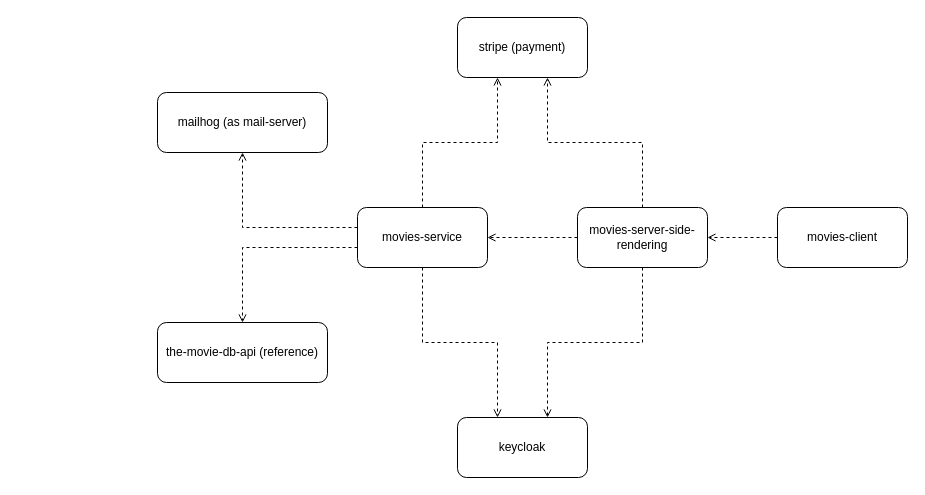
loidinhm31/go-movies-reactjs keeps this draw.io diagram as draw/architecture.drawio. Above is the earlier version. Source tidied: cells renumbered, new cells numbered last; positions are measured from the earlier drawing's top-left corner, leaving out a move shared by most shapes. Both pictures are drawn from the tidied source at 100%, with x=0, y=0 at pixel (157, 17).
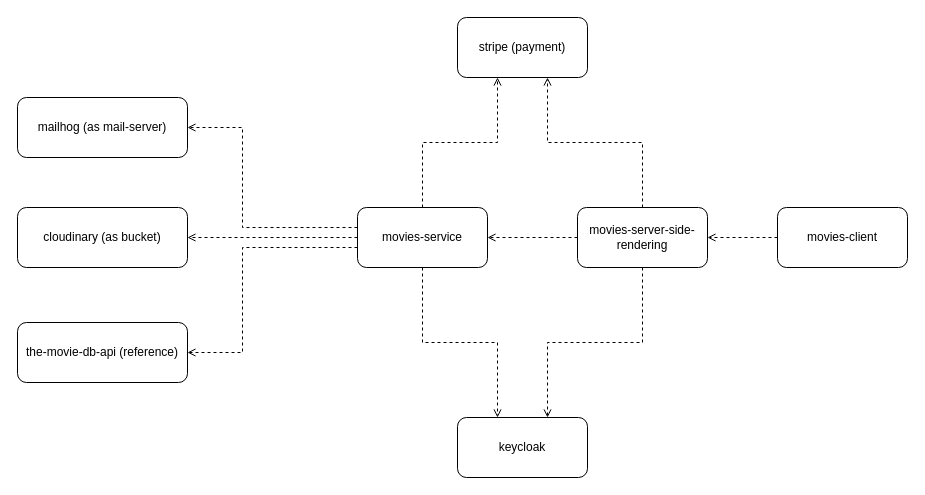
The same page after the edit.

The change refers to these unchanged cells:
```xml
<mxCell id="6" value="movies-service" style="rounded=1;whiteSpace=wrap;html=1;" parent="1" vertex="1">
  <mxGeometry x="200" y="190" width="130" height="60" as="geometry" />
</mxCell>
```

The edit, as a diff of the source:
```diff
@@
     <mxCell id="15" value="mailhog (as mail-server)" style="rounded=1;whiteSpace=wrap;html=1;" parent="1" vertex="1">
-      <mxGeometry y="75" width="170" height="60" as="geometry" />
+      <mxGeometry x="-140" y="80" width="170" height="60" as="geometry" />
     </mxCell>
     <mxCell id="16" value="the-movie-db-api (reference)" style="rounded=1;whiteSpace=wrap;html=1;" parent="1" vertex="1">
-      <mxGeometry y="305" width="170" height="60" as="geometry" />
+      <mxGeometry x="-140" y="305" width="170" height="60" as="geometry" />
     </mxCell>
+    <mxCell id="17" value="cloudinary (as bucket)" style="rounded=1;whiteSpace=wrap;html=1;" parent="1" vertex="1">
+      <mxGeometry x="-140" y="190" width="170" height="60" as="geometry" />
+    </mxCell>
+    <mxCell id="18" style="edgeStyle=orthogonalEdgeStyle;shape=connector;rounded=0;jettySize=auto;html=1;dashed=1;labelBackgroundColor=default;strokeColor=default;fontFamily=Helvetica;fontSize=11;fontColor=default;endArrow=open;endFill=0;" parent="1" edge="1" source="6" target="17">
+      <mxGeometry relative="1" as="geometry">
+        <Array as="points">
+          <mxPoint x="20" y="220" />
+          <mxPoint x="20" y="220" />
+        </Array>
+      </mxGeometry>
+    </mxCell>
```
